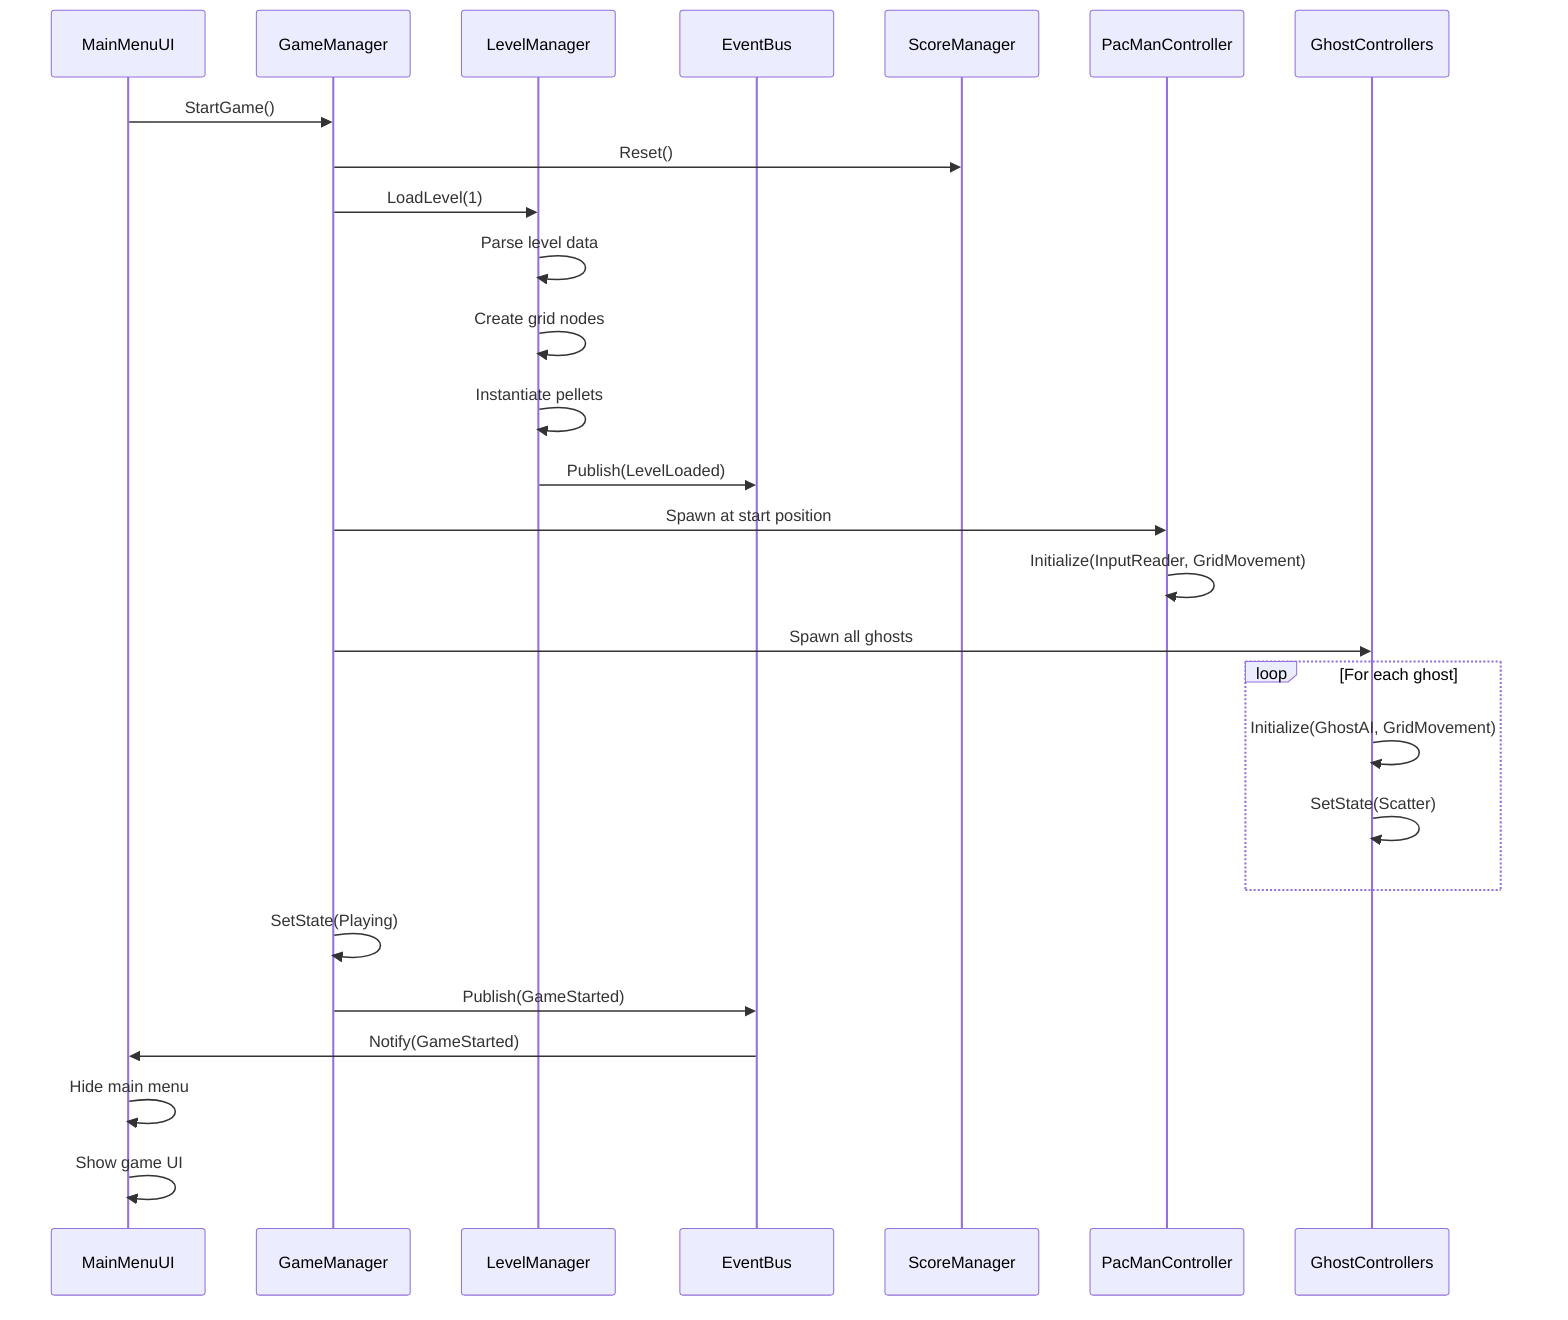
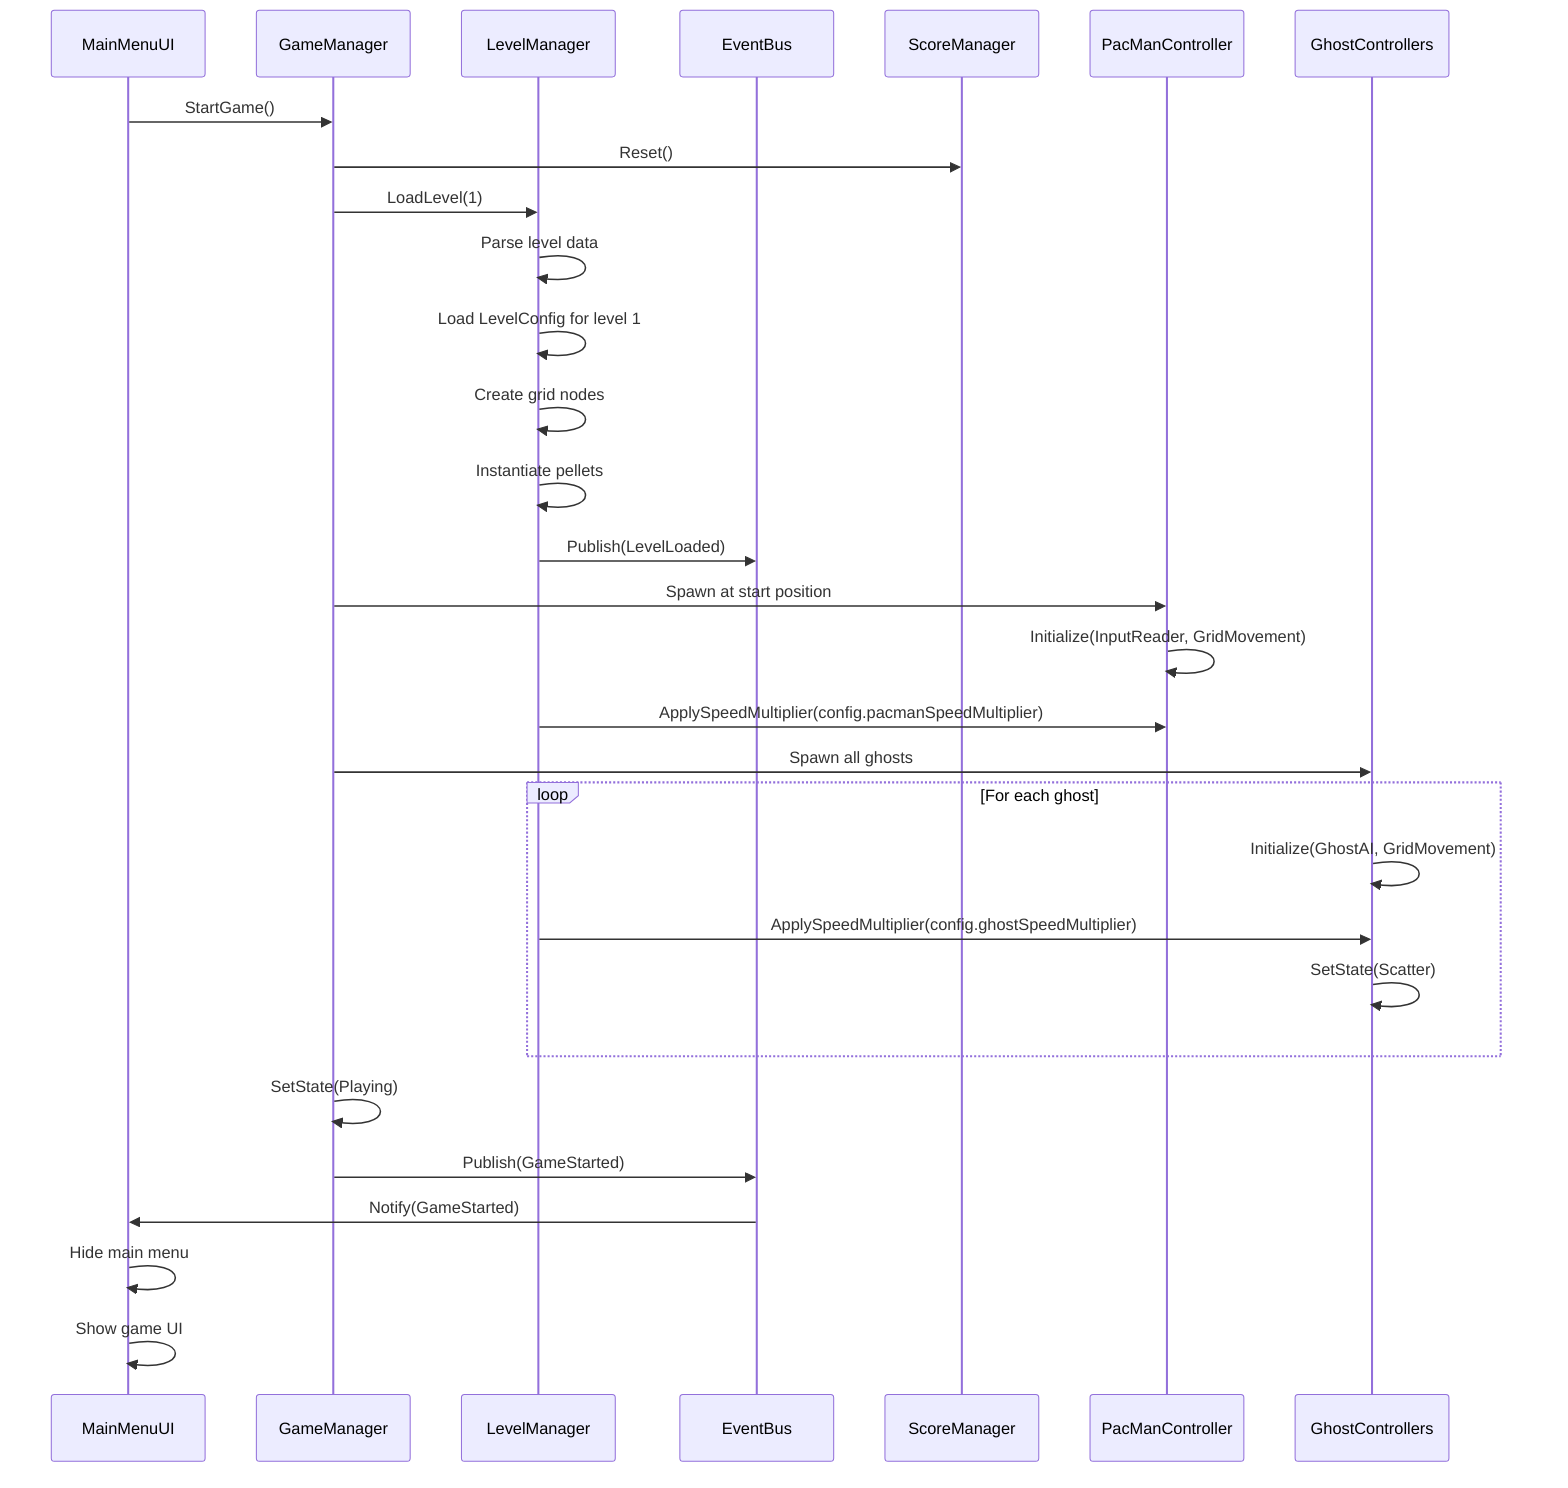
sequenceDiagram
    participant UI as MainMenuUI
    participant GM as GameManager
    participant LM as LevelManager
    participant EB as EventBus
    participant SM as ScoreManager
    participant Pac as PacManController
    participant Ghosts as GhostControllers

    UI->>GM: StartGame()
    GM->>SM: Reset()
    GM->>LM: LoadLevel(1)
    LM->>LM: Parse level data
+     LM->>LM: Load LevelConfig for level 1
    LM->>LM: Create grid nodes
    LM->>LM: Instantiate pellets
    LM->>EB: Publish(LevelLoaded)

    GM->>Pac: Spawn at start position
    Pac->>Pac: Initialize(InputReader, GridMovement)
+     LM->>Pac: ApplySpeedMultiplier(config.pacmanSpeedMultiplier)

    GM->>Ghosts: Spawn all ghosts
    loop For each ghost
        Ghosts->>Ghosts: Initialize(GhostAI, GridMovement)
+         LM->>Ghosts: ApplySpeedMultiplier(config.ghostSpeedMultiplier)
        Ghosts->>Ghosts: SetState(Scatter)
    end

    GM->>GM: SetState(Playing)
    GM->>EB: Publish(GameStarted)
    EB->>UI: Notify(GameStarted)
    UI->>UI: Hide main menu
    UI->>UI: Show game UI
